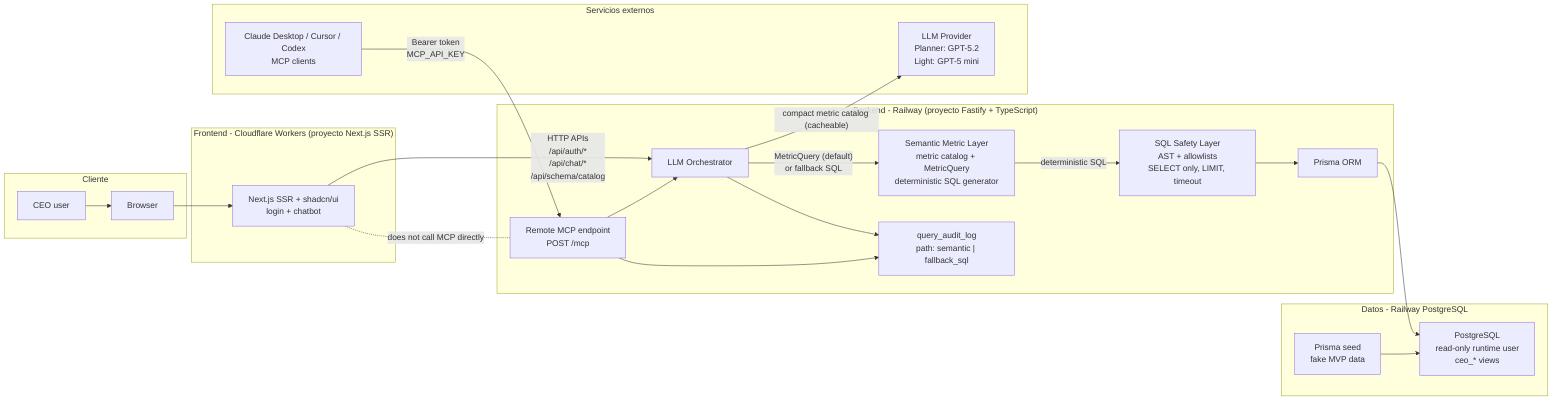
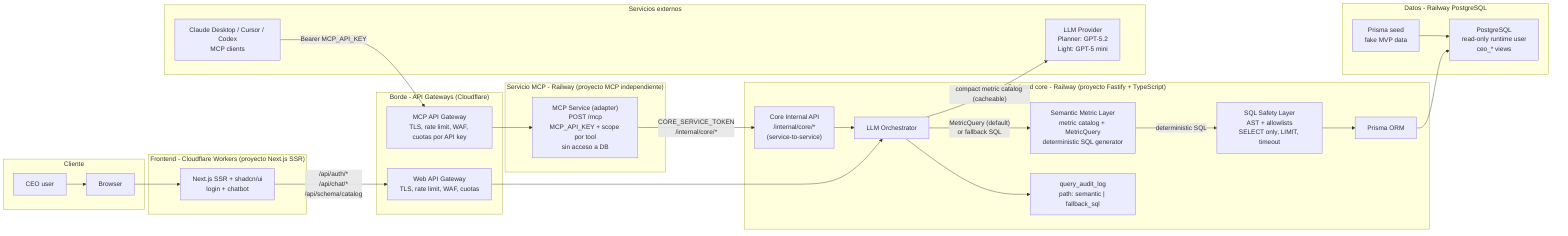
flowchart LR
  subgraph client["Cliente"]
    CEO["CEO user"]
    Browser["Browser"]
  end

  subgraph cf["Frontend - Cloudflare Workers (proyecto Next.js SSR)"]
    Next["Next.js SSR + shadcn/ui\nlogin + chatbot"]
  end

-   subgraph railwayApi["Backend - Railway (proyecto Fastify + TypeScript)"]
-     MCP["Remote MCP endpoint\nPOST /mcp"]
+   subgraph edge["Borde - API Gateways (Cloudflare)"]
+     WebGW["Web API Gateway\nTLS, rate limit, WAF, cuotas"]
+     McpGW["MCP API Gateway\nTLS, rate limit, WAF, cuotas por API key"]
+   end
+ 
+   subgraph railwayApi["Backend core - Railway (proyecto Fastify + TypeScript)"]
+     CoreAPI["Core Internal API\n/internal/core/*\n(service-to-service)"]
    Orchestrator["LLM Orchestrator"]
    Semantic["Semantic Metric Layer\nmetric catalog + MetricQuery\ndeterministic SQL generator"]
    Safety["SQL Safety Layer\nAST + allowlists\nSELECT only, LIMIT, timeout"]
    Prisma["Prisma ORM"]
    Audit["query_audit_log\npath: semantic | fallback_sql"]
+   end
+ 
+   subgraph mcpsvc["Servicio MCP - Railway (proyecto MCP independiente)"]
+     MCPsvc["MCP Service (adapter)\nPOST /mcp\nMCP_API_KEY + scope por tool\nsin acceso a DB"]
  end

  subgraph railwayDb["Datos - Railway PostgreSQL"]
    Postgres["PostgreSQL\nread-only runtime user\nceo_* views"]
    Seed["Prisma seed\nfake MVP data"]
  end

  subgraph external["Servicios externos"]
    LLM["LLM Provider\nPlanner: GPT-5.2\nLight: GPT-5 mini"]
    ExternalClients["Claude Desktop / Cursor / Codex\nMCP clients"]
  end

  CEO --> Browser
  Browser --> Next
-   Next -->|"HTTP APIs\n/api/auth/*\n/api/chat/*\n/api/schema/catalog"| Orchestrator
-   Next -. "does not call MCP directly" .- MCP
-   ExternalClients -->|"Bearer token\nMCP_API_KEY"| MCP
-   MCP --> Orchestrator
+   Next -->|"/api/auth/*\n/api/chat/*\n/api/schema/catalog"| WebGW
+   WebGW --> Orchestrator
+   ExternalClients -->|"Bearer MCP_API_KEY"| McpGW
+   McpGW --> MCPsvc
+   MCPsvc -->|"CORE_SERVICE_TOKEN\n/internal/core/*"| CoreAPI
+   CoreAPI --> Orchestrator
  Orchestrator -->|"compact metric catalog (cacheable)"| LLM
  Orchestrator -->|"MetricQuery (default)\nor fallback SQL"| Semantic
  Semantic -->|"deterministic SQL"| Safety
  Safety --> Prisma
  Prisma --> Postgres
  Seed --> Postgres
  Orchestrator --> Audit
-   MCP --> Audit
